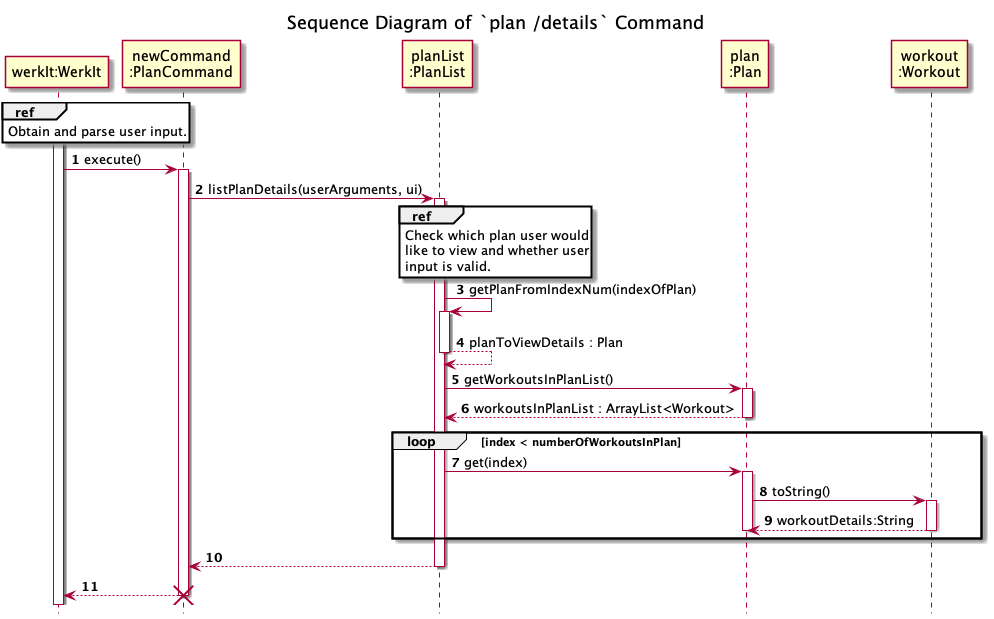
nus-cs2113-AY2122S2/tp keeps this PlantUML diagram as docs/uml/sequenceDiagrams/plans/images/detailsOfPlan.png. Above is the earlier version. Source of this version:
```plantuml
@startuml
!include ../../Style.puml

autonumber

title Sequence Diagram of `plan /details` Command
hide footbox

participant "werkIt:WerkIt" AS WerkIt
participant "newCommand\n:PlanCommand" AS newCommand
participant "planList\n:PlanList" AS PlanList
participant "plan\n:Plan" AS Plan
participant "workout\n:Workout" AS Workout

activate WerkIt
ref over WerkIt
Obtain and parse user input.
end

WerkIt -> newCommand : execute()
activate newCommand
newCommand -> PlanList : listPlanDetails(userArguments, ui)
activate PlanList
ref over PlanList
Check which plan user would
like to view and whether user
input is valid.
end

PlanList -> PlanList : getPlanFromIndexNum(indexOfPlan)
activate PlanList
return planToViewDetails : Plan

PlanList -> Plan : getWorkoutsInPlanList()
activate Plan
return workoutsInPlanList : ArrayList<Workout>

loop index < numberOfWorkoutsInPlan
PlanList -> Plan : get(index)
activate Plan
Plan -> Workout : toString()
activate Workout
return workoutDetails:String
deactivate Plan
end

newCommand <-- PlanList
deactivate PlanList

WerkIt <-- newCommand
deactivate newCommand

destroy newCommand
@enduml
```
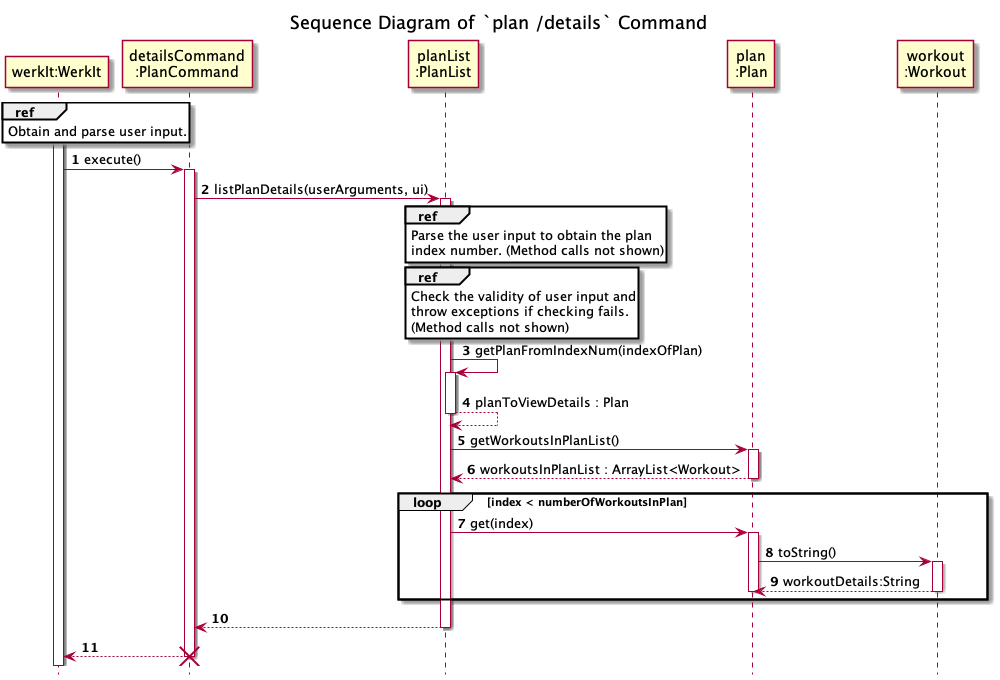
The same file after the commit.

Commit message:
Write DG for delete plan

What changed in the source:
```diff
@@ -7,7 +7,7 @@
 hide footbox
 
 participant "werkIt:WerkIt" AS WerkIt
-participant "newCommand\n:PlanCommand" AS newCommand
+participant "detailsCommand\n:PlanCommand" AS detailsCommand
 participant "planList\n:PlanList" AS PlanList
 participant "plan\n:Plan" AS Plan
 participant "workout\n:Workout" AS Workout
@@ -17,14 +17,19 @@
 Obtain and parse user input.
 end
 
-WerkIt -> newCommand : execute()
-activate newCommand
-newCommand -> PlanList : listPlanDetails(userArguments, ui)
+WerkIt -> detailsCommand : execute()
+activate detailsCommand
+detailsCommand -> PlanList : listPlanDetails(userArguments, ui)
 activate PlanList
 ref over PlanList
-Check which plan user would
-like to view and whether user
-input is valid.
+Parse the user input to obtain the plan
+index number. (Method calls not shown)
+end
+
+ref over PlanList
+Check the validity of user input and
+throw exceptions if checking fails.
+(Method calls not shown)
 end
 
 PlanList -> PlanList : getPlanFromIndexNum(indexOfPlan)
@@ -44,11 +49,11 @@
 deactivate Plan
 end
 
-newCommand <-- PlanList
+detailsCommand <-- PlanList
 deactivate PlanList
 
-WerkIt <-- newCommand
-deactivate newCommand
+WerkIt <-- detailsCommand
+deactivate detailsCommand
 
-destroy newCommand
+destroy detailsCommand
 @enduml
```
